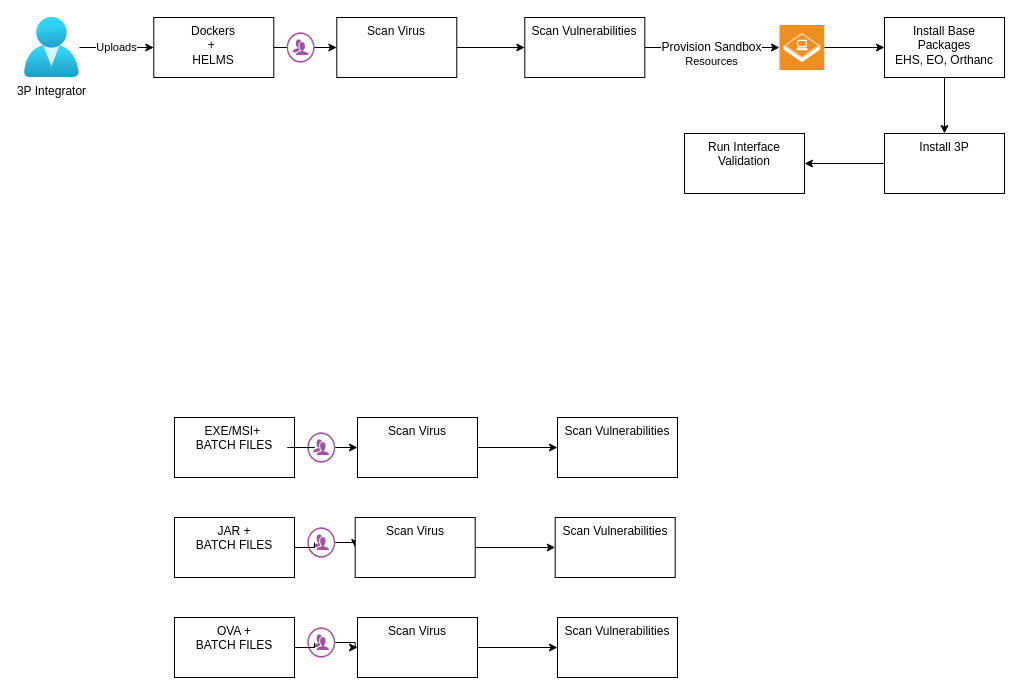
Earlier version of the draw.io diagram Onboarding_Portal.drawio (rahoolp/gediagrams). Source tidied: cells renumbered, new cells numbered last; positions are measured from the earlier drawing's top-left corner, leaving out a move shared by most shapes. Both pictures are drawn from the tidied source at 100%, with x=0, y=0 at pixel (24, 17).
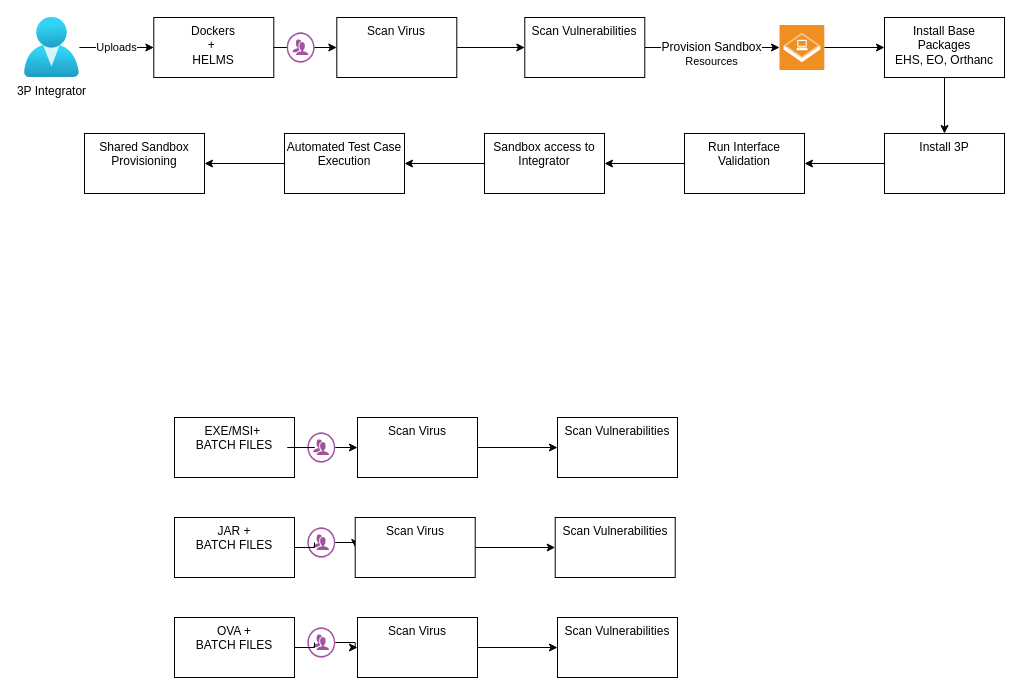
The same page after the edit.

Unchanged cells that the change refers to:
```xml
<mxCell id="38" value="Run Interface Validation" style="whiteSpace=wrap;html=1;verticalAlign=top;labelBackgroundColor=default;" parent="1" vertex="1">
  <mxGeometry x="660" y="116" width="120" height="60" as="geometry" />
</mxCell>
```

Change to the diagram source:
```diff
@@
+    <mxCell id="39" style="edgeStyle=orthogonalEdgeStyle;rounded=0;jettySize=auto;html=1;" parent="1" edge="1" source="38" target="41">
+      <mxGeometry relative="1" as="geometry" />
+    </mxCell>
@@
+    <mxCell id="40" style="edgeStyle=orthogonalEdgeStyle;rounded=0;jettySize=auto;html=1;" parent="1" edge="1" source="41" target="43">
+      <mxGeometry relative="1" as="geometry" />
+    </mxCell>
+    <mxCell id="41" value="Sandbox access to Integrator" style="whiteSpace=wrap;html=1;verticalAlign=top;labelBackgroundColor=default;" parent="1" vertex="1">
+      <mxGeometry x="460" y="116" width="120" height="60" as="geometry" />
+    </mxCell>
+    <mxCell id="42" style="edgeStyle=orthogonalEdgeStyle;rounded=0;jettySize=auto;html=1;" parent="1" edge="1" source="43" target="44">
+      <mxGeometry relative="1" as="geometry" />
+    </mxCell>
+    <mxCell id="43" value="Automated Test Case Execution" style="whiteSpace=wrap;html=1;verticalAlign=top;labelBackgroundColor=default;" parent="1" vertex="1">
+      <mxGeometry x="260" y="116" width="120" height="60" as="geometry" />
+    </mxCell>
+    <mxCell id="44" value="Shared Sandbox Provisioning" style="whiteSpace=wrap;html=1;verticalAlign=top;labelBackgroundColor=default;" parent="1" vertex="1">
+      <mxGeometry x="60" y="116" width="120" height="60" as="geometry" />
+    </mxCell>
```
